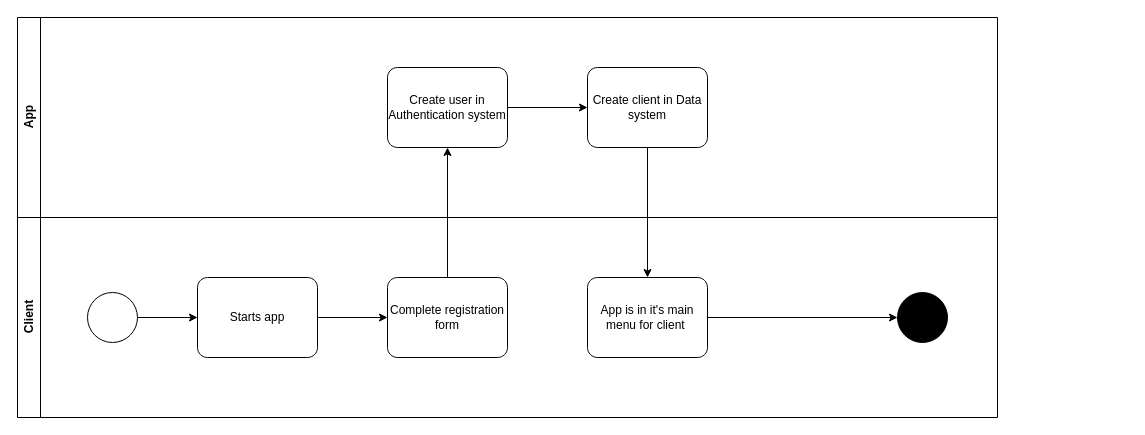
The draw.io diagram page "Client Registration flow" (2 of 5) of Basic main flow.drawio in RideXpress/docs, before the edit. Source tidied: cells renumbered, new cells numbered last; positions are measured from the earlier drawing's top-left corner, leaving out a move shared by most shapes. Both pictures are drawn from the tidied source at 100%, with x=0, y=0 at pixel (17, 17).
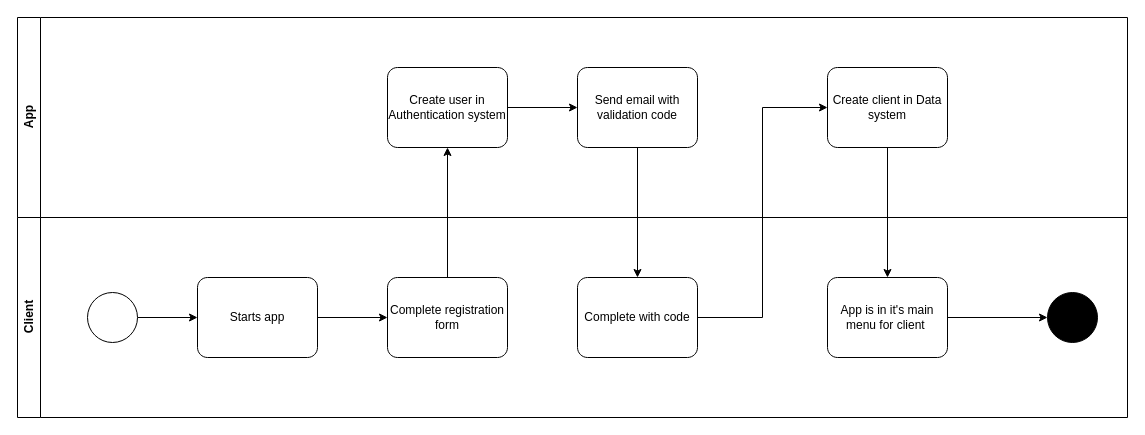
The same diagram, later.

The change refers to these unchanged cells:
```xml
<mxCell id="4" value="Create user in Authentication system" style="points=[[0.25,0,0],[0.5,0,0],[0.75,0,0],[1,0.25,0],[1,0.5,0],[1,0.75,0],[0.75,1,0],[0.5,1,0],[0.25,1,0],[0,0.75,0],[0,0.5,0],[0,0.25,0]];shape=mxgraph.bpmn.task;whiteSpace=wrap;rectStyle=rounded;size=10;html=1;taskMarker=abstract;" parent="2" vertex="1">
  <mxGeometry x="370" y="50" width="120" height="80" as="geometry" />
</mxCell>
```

Change to the diagram source:
```diff
@@
     <mxCell id="2" value="App" style="swimlane;horizontal=0;whiteSpace=wrap;html=1;" parent="1" vertex="1">
-      <mxGeometry width="980" height="200" as="geometry" />
+      <mxGeometry width="1110" height="200" as="geometry" />
     </mxCell>
-    <mxCell id="3" style="edgeStyle=orthogonalEdgeStyle;rounded=0;jettySize=auto;html=1;" parent="2" edge="1" source="4" target="5">
-      <mxGeometry relative="1" as="geometry" />
-    </mxCell>
@@
     <mxCell id="5" value="Create client in Data system" style="points=[[0.25,0,0],[0.5,0,0],[0.75,0,0],[1,0.25,0],[1,0.5,0],[1,0.75,0],[0.75,1,0],[0.5,1,0],[0.25,1,0],[0,0.75,0],[0,0.5,0],[0,0.25,0]];shape=mxgraph.bpmn.task;whiteSpace=wrap;rectStyle=rounded;size=10;html=1;taskMarker=abstract;" parent="2" vertex="1">
-      <mxGeometry x="570" y="50" width="120" height="80" as="geometry" />
+      <mxGeometry x="810" y="50" width="120" height="80" as="geometry" />
     </mxCell>
+    <mxCell id="17" value="Send email with validation code" style="points=[[0.25,0,0],[0.5,0,0],[0.75,0,0],[1,0.25,0],[1,0.5,0],[1,0.75,0],[0.75,1,0],[0.5,1,0],[0.25,1,0],[0,0.75,0],[0,0.5,0],[0,0.25,0]];shape=mxgraph.bpmn.task;whiteSpace=wrap;rectStyle=rounded;size=10;html=1;taskMarker=abstract;" parent="2" vertex="1">
+      <mxGeometry x="560" y="50" width="120" height="80" as="geometry" />
+    </mxCell>
+    <mxCell id="18" style="edgeStyle=orthogonalEdgeStyle;rounded=0;jettySize=auto;html=1;entryX=0;entryY=0.5;entryDx=0;entryDy=0;entryPerimeter=0;" parent="2" edge="1" source="4" target="17">
+      <mxGeometry relative="1" as="geometry" />
+    </mxCell>
     <mxCell id="6" value="Client" style="swimlane;horizontal=0;whiteSpace=wrap;html=1;" parent="1" vertex="1">
-      <mxGeometry y="200" width="980" height="200" as="geometry" />
+      <mxGeometry y="200" width="1110" height="200" as="geometry" />
     </mxCell>
@@
     <mxCell id="12" style="ellipse;whiteSpace=wrap;html=1;fillColor=#000000;" parent="6" vertex="1">
-      <mxGeometry x="880" y="75" width="50" height="50" as="geometry" />
+      <mxGeometry x="1030" y="75" width="50" height="50" as="geometry" />
     </mxCell>
     <mxCell id="13" value="App is in it's main menu for client&amp;nbsp;" style="points=[[0.25,0,0],[0.5,0,0],[0.75,0,0],[1,0.25,0],[1,0.5,0],[1,0.75,0],[0.75,1,0],[0.5,1,0],[0.25,1,0],[0,0.75,0],[0,0.5,0],[0,0.25,0]];shape=mxgraph.bpmn.task;whiteSpace=wrap;rectStyle=rounded;size=10;html=1;taskMarker=abstract;" parent="6" vertex="1">
-      <mxGeometry x="570" y="60" width="120" height="80" as="geometry" />
+      <mxGeometry x="810" y="60" width="120" height="80" as="geometry" />
     </mxCell>
@@
+    <mxCell id="19" value="Complete with code" style="points=[[0.25,0,0],[0.5,0,0],[0.75,0,0],[1,0.25,0],[1,0.5,0],[1,0.75,0],[0.75,1,0],[0.5,1,0],[0.25,1,0],[0,0.75,0],[0,0.5,0],[0,0.25,0]];shape=mxgraph.bpmn.task;whiteSpace=wrap;rectStyle=rounded;size=10;html=1;taskMarker=abstract;" parent="6" vertex="1">
+      <mxGeometry x="560" y="60" width="120" height="80" as="geometry" />
+    </mxCell>
@@
+    <mxCell id="20" style="edgeStyle=orthogonalEdgeStyle;rounded=0;jettySize=auto;html=1;" parent="1" edge="1" source="17" target="19">
+      <mxGeometry relative="1" as="geometry" />
+    </mxCell>
+    <mxCell id="21" style="edgeStyle=orthogonalEdgeStyle;rounded=0;jettySize=auto;html=1;entryX=0;entryY=0.5;entryDx=0;entryDy=0;entryPerimeter=0;" parent="1" edge="1" source="19" target="5">
+      <mxGeometry relative="1" as="geometry" />
+    </mxCell>
```
